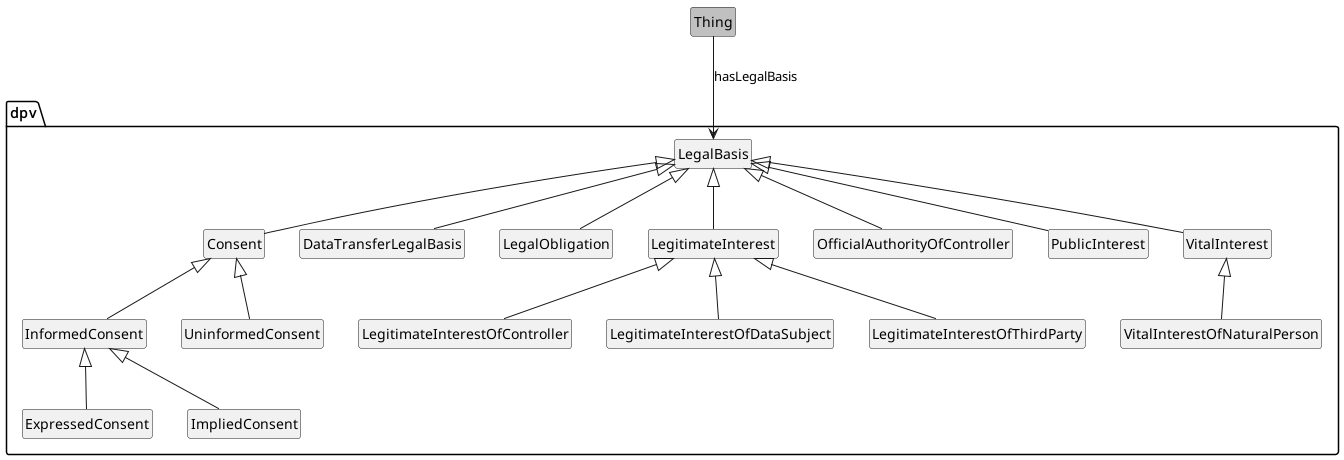
Earlier version of the PlantUML export media/legal_bases.png (jeswr/dpv). The source it was exported from:
```plantuml
@startuml
!include style.plantuml

class Thing #silver
package dpv {
	class LegalBasis
	class Consent
	class DataTransferLegalBasis
	class LegalObligation
	class LegitimateInterest
	class LegitimateInterestOfController
	class LegitimateInterestOfDataSubject
	class LegitimateInterestOfThirdParty
	class OfficialAuthorityOfController
	class PublicInterest
	class VitalInterest
	class VitalInterestOfNaturalPerson
	class InformedConsent
	class ExpressedConsent
	class ImpliedConsent
	class UninformedConsent
}

Thing --> LegalBasis: hasLegalBasis

LegalBasis <|-- Consent
LegalBasis <|-- DataTransferLegalBasis
LegalBasis <|-- LegalObligation
LegalBasis <|-- LegitimateInterest
LegitimateInterest <|-- LegitimateInterestOfController
LegitimateInterest <|-- LegitimateInterestOfDataSubject
LegitimateInterest <|-- LegitimateInterestOfThirdParty
LegalBasis <|-- OfficialAuthorityOfController
LegalBasis <|-- PublicInterest
LegalBasis <|-- VitalInterest
VitalInterest <|-- VitalInterestOfNaturalPerson
Consent <|-- InformedConsent
InformedConsent <|-- ExpressedConsent
InformedConsent <|-- ImpliedConsent
Consent <|-- UninformedConsent


@enduml
```
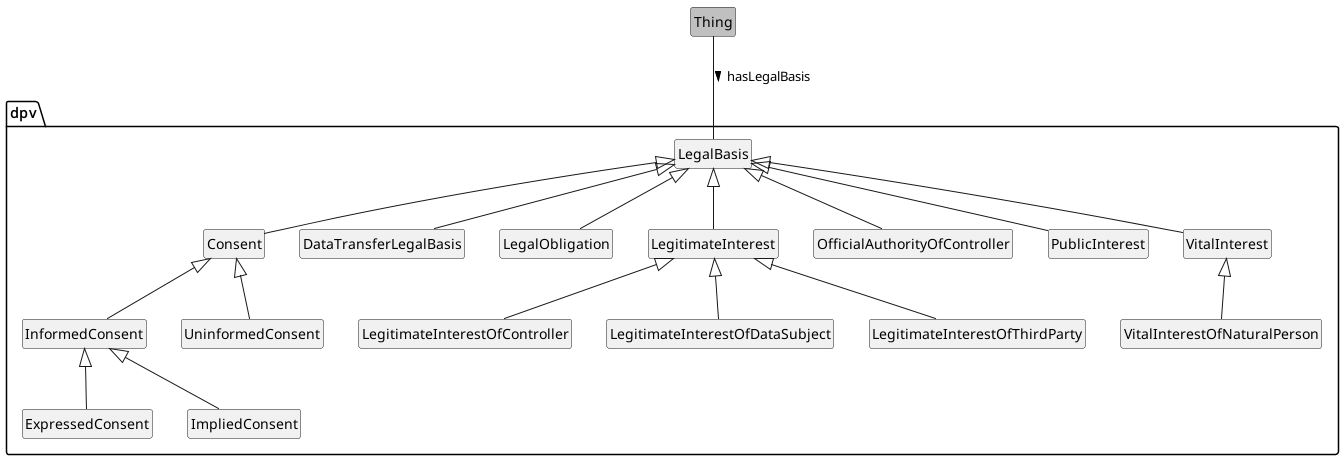
After the change.

The edit, as a diff of the source:
```diff
@@ -21,7 +21,7 @@
 	class UninformedConsent
 }
 
-Thing --> LegalBasis: hasLegalBasis
+Thing -- LegalBasis: hasLegalBasis >
 
 LegalBasis <|-- Consent
 LegalBasis <|-- DataTransferLegalBasis
```
